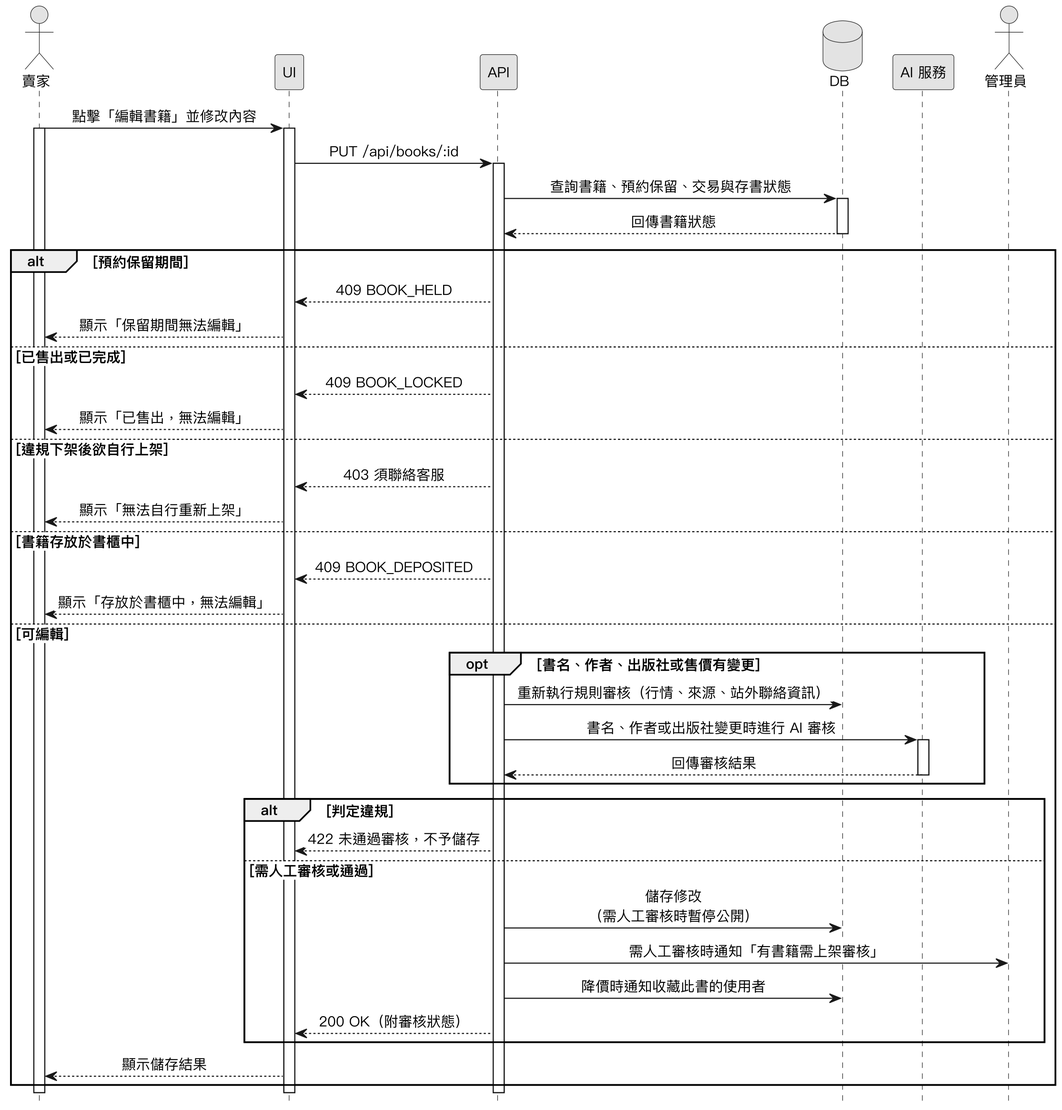
The PlantUML diagram Diagrams/Sequence Diagrams/v3/seq_edit.png in SaveMyBook/SaveMyBook, before a commit.
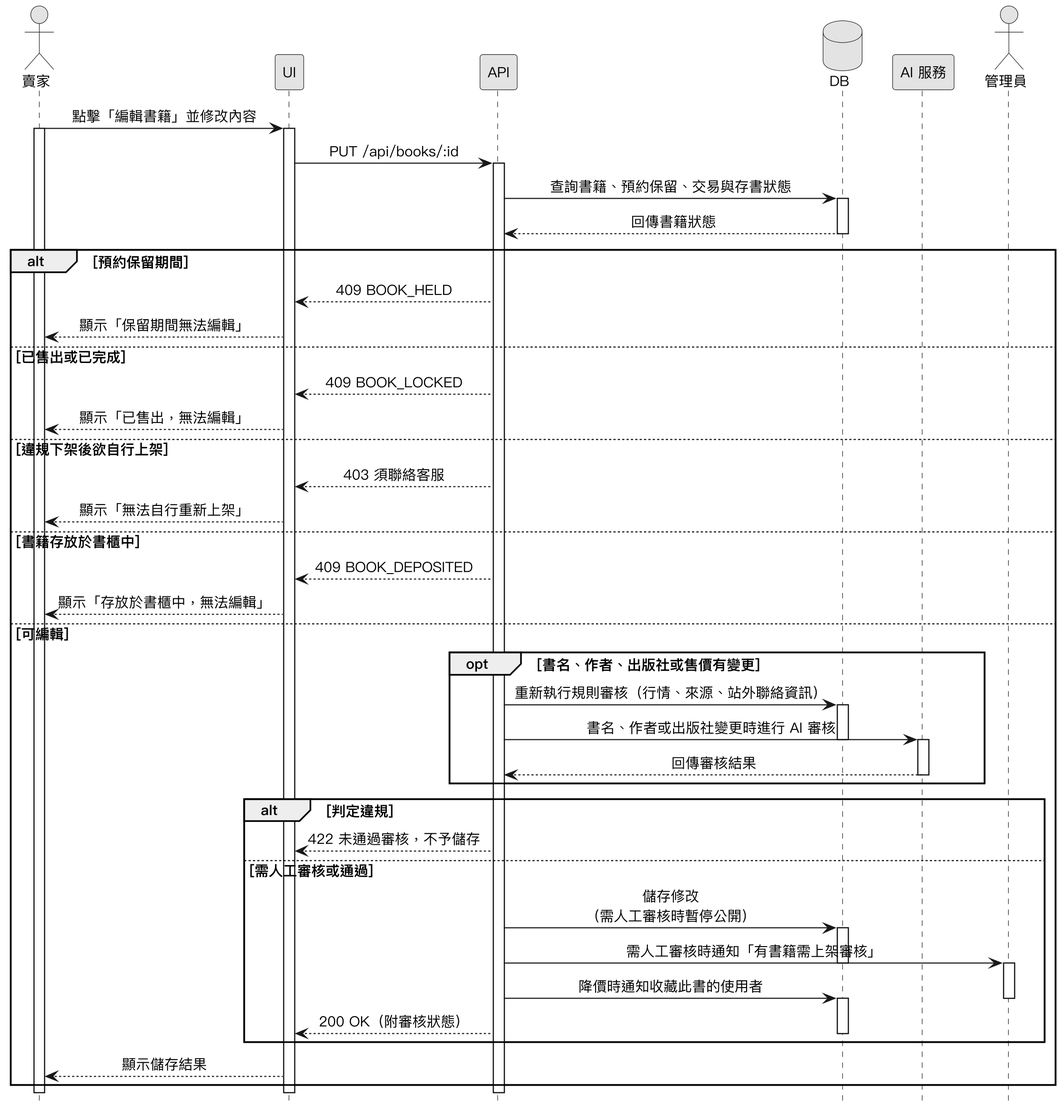
The same file after the commit.

Diff of the diagram source:
```diff
@@ -40,7 +40,9 @@
 else 可編輯
   opt 書名、作者、出版社或售價有變更
     API -> DB : 重新執行規則審核（行情、來源、站外聯絡資訊）
+    activate DB
     API -> AI : 書名、作者或出版社變更時進行 AI 審核
+    deactivate DB
     activate AI
     AI --> API : 回傳審核結果
     deactivate AI
@@ -49,9 +51,15 @@
     API --> UI : 422 未通過審核，不予儲存
   else 需人工審核或通過
     API -> DB : 儲存修改\n（需人工審核時暫停公開）
+    activate DB
     API -> 管理員 : 需人工審核時通知「有書籍需上架審核」
+    deactivate DB
+    activate 管理員
     API -> DB : 降價時通知收藏此書的使用者
+    deactivate 管理員
+    activate DB
     API --> UI : 200 OK（附審核狀態）
+    deactivate DB
   end
   UI --> 賣家 : 顯示儲存結果
 end
```
